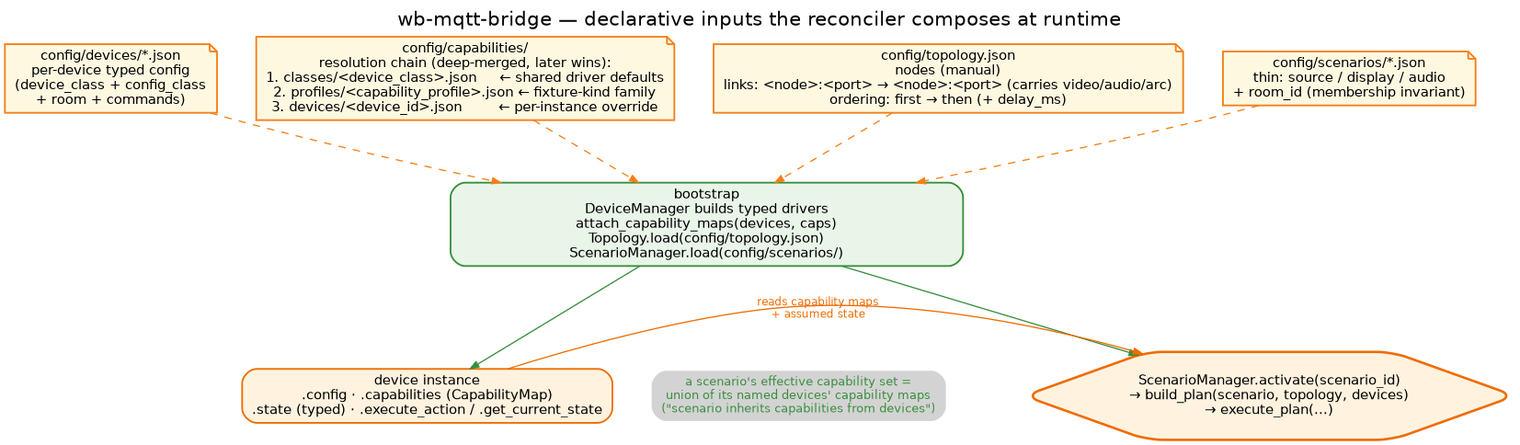
Earlier version of the Graphviz export docs/images/declarative-composition.png (droman42/wb-mqtt-bridge). Its source is kept beside it as docs/images/declarative-composition.dot.
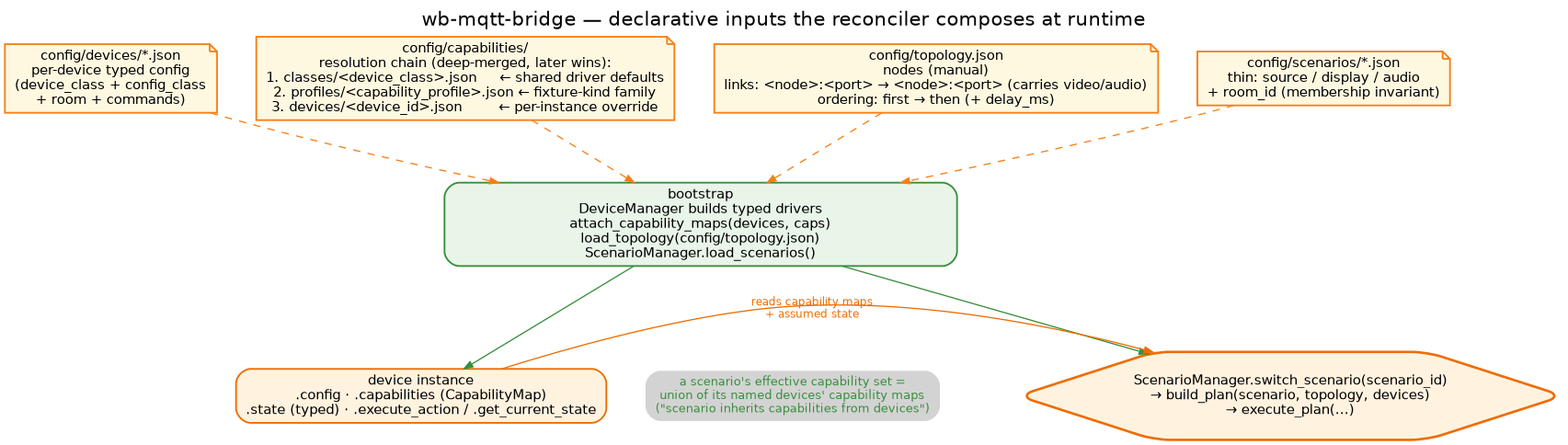
After the commit.

What changed in the source:
```diff
@@ -16,18 +16,18 @@
         label="config/capabilities/\nresolution chain (deep-merged, later wins):\n1. classes/<device_class>.json     ← shared driver defaults\n2. profiles/<capability_profile>.json ← fixture-kind family\n3. devices/<device_id>.json        ← per-instance override"];
 
   topo [shape=note, fillcolor="#fff8e1", color="#f57f17",
-        label="config/topology.json\nnodes (manual)\nlinks: <node>:<port> → <node>:<port> (carries video/audio/arc)\nordering: first → then (+ delay_ms)"];
+        label="config/topology.json\nnodes (manual)\nlinks: <node>:<port> → <node>:<port> (carries video/audio)\nordering: first → then (+ delay_ms)"];
 
   scenarios [shape=note, fillcolor="#fff8e1", color="#f57f17",
              label="config/scenarios/*.json\nthin: source / display / audio\n+ room_id (membership invariant)"];
 
-  bootstrap [label="bootstrap\nDeviceManager builds typed drivers\nattach_capability_maps(devices, caps)\nTopology.load(config/topology.json)\nScenarioManager.load(config/scenarios/)",
+  bootstrap [label="bootstrap\nDeviceManager builds typed drivers\nattach_capability_maps(devices, caps)\nload_topology(config/topology.json)\nScenarioManager.load_scenarios()",
              fillcolor="#e8f5e8", color="#388e3c", width=5.8];
 
   device_obj [label="device instance\n.config · .capabilities (CapabilityMap)\n.state (typed) · .execute_action / .get_current_state",
               fillcolor="#fff3e0", color="#ef6c00"];
 
-  reconciler [label="ScenarioManager.activate(scenario_id)\n→ build_plan(scenario, topology, devices)\n→ execute_plan(...)",
+  reconciler [label="ScenarioManager.switch_scenario(scenario_id)\n→ build_plan(scenario, topology, devices)\n→ execute_plan(...)",
               fillcolor="#fff3e0", color="#ef6c00", shape=hexagon, penwidth=2];
 
   inherit_note [shape=plaintext, fontcolor="#388e3c", fontsize=10,
```
